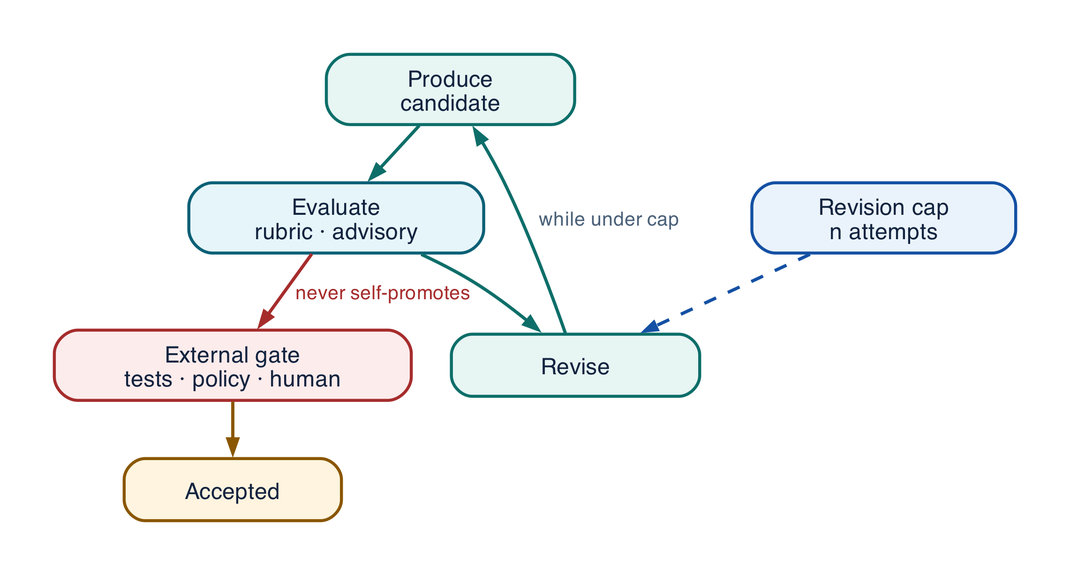
Earlier version of the Graphviz export assets/diagrams/pattern-reflection.png (rrahimi-uci/building-enterprise-general-intelligence). Its source is kept beside it as assets/diagrams/src/pattern-reflection.gv.
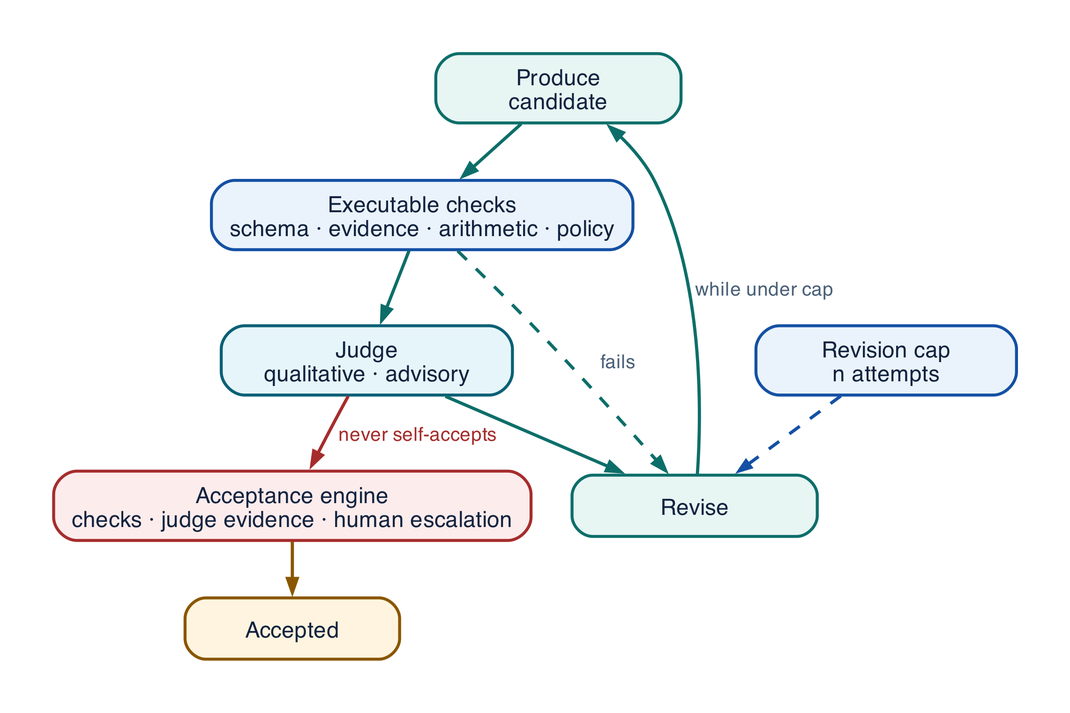
Later version of the same file.

Diff of the diagram source:
```diff
@@ -6,16 +6,19 @@
   edge [arrowsize=0.65, penwidth=1.5, color="#0D6E69"]
 
   pro [label="Produce\ncandidate", fillcolor="#E7F5F3", color="#0D6E69"]
-  ev  [label="Evaluate\nrubric · advisory", fillcolor="#E6F5F9", color="#0B6076", width=1.9]
+  chk [label="Executable checks\nschema · evidence · arithmetic · policy", fillcolor="#EAF3FB",
+       color="#1450A3", width=2.6]
+  ev  [label="Judge\nqualitative · advisory", fillcolor="#E6F5F9", color="#0B6076", width=1.9]
   rev [label="Revise", fillcolor="#E7F5F3", color="#0D6E69"]
   cap [label="Revision cap\nn attempts", fillcolor="#EAF3FB", color="#1450A3", width=1.7]
-  gate [label="External gate\ntests · policy · human", fillcolor="#FCECEC",
-        color="#A62C2C", width=2.3]
+  gate [label="Acceptance engine\nchecks · judge evidence · human escalation", fillcolor="#FCECEC",
+        color="#A62C2C", width=2.9]
   out [label="Accepted", fillcolor="#FFF4DF", color="#8A5600", width=1.4]
 
-  pro -> ev -> rev
+  pro -> chk -> ev -> rev
+  chk -> rev [label=" fails", fontsize=9, fontcolor="#4A6078", style=dashed]
   rev -> pro [label=" while under cap", fontsize=9, fontcolor="#4A6078"]
   cap -> rev [color="#1450A3", style=dashed, arrowsize=0.55]
-  ev -> gate [color="#A62C2C", label=" never self-promotes", fontsize=9, fontcolor="#A62C2C"]
+  ev -> gate [color="#A62C2C", label=" never self-accepts", fontsize=9, fontcolor="#A62C2C"]
   gate -> out [color="#8A5600"]
 }
```
